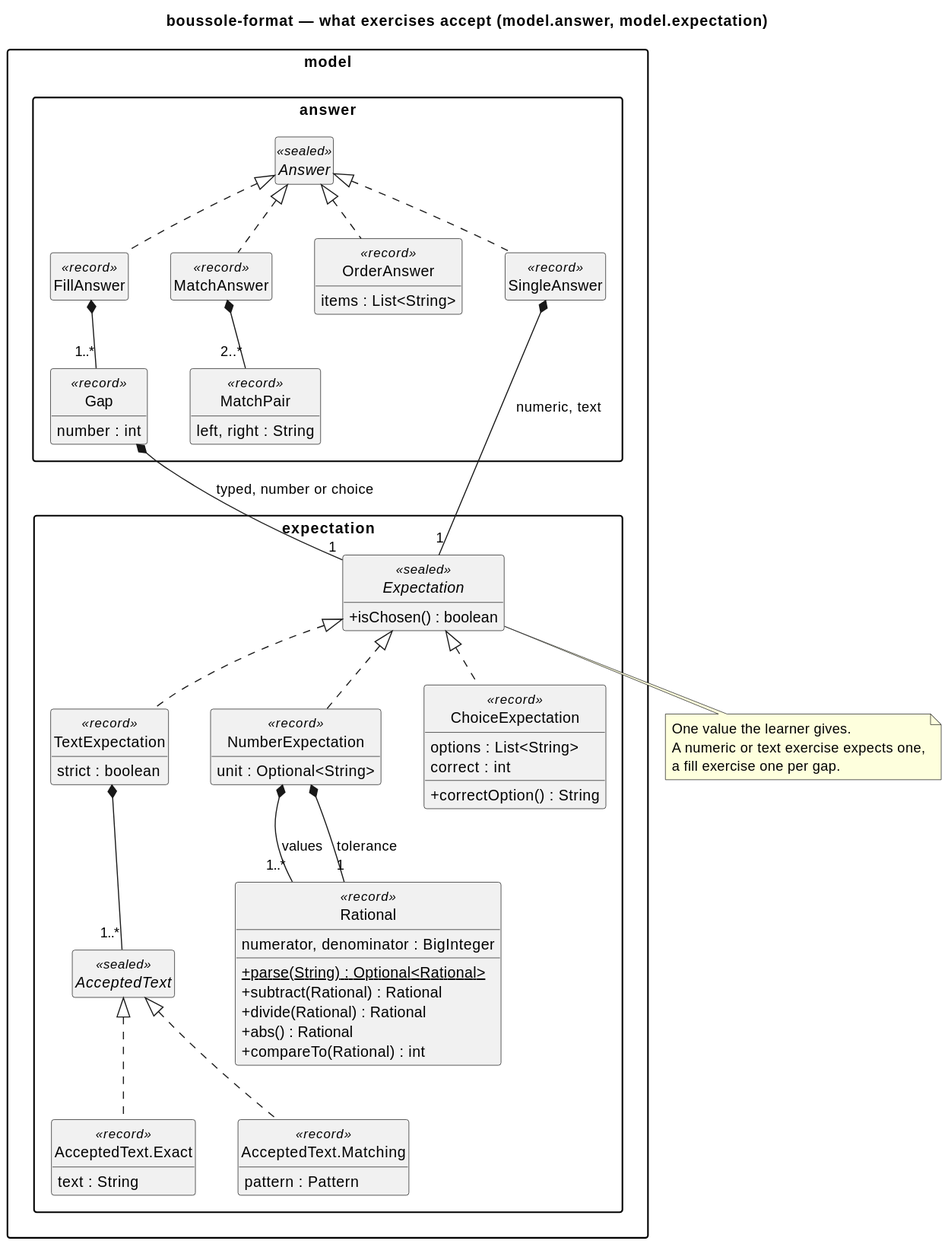
This is docs/diagrams/12-model-answers.svg from lucasssoh/Boussole, a PlantUML export, as it was before one commit.
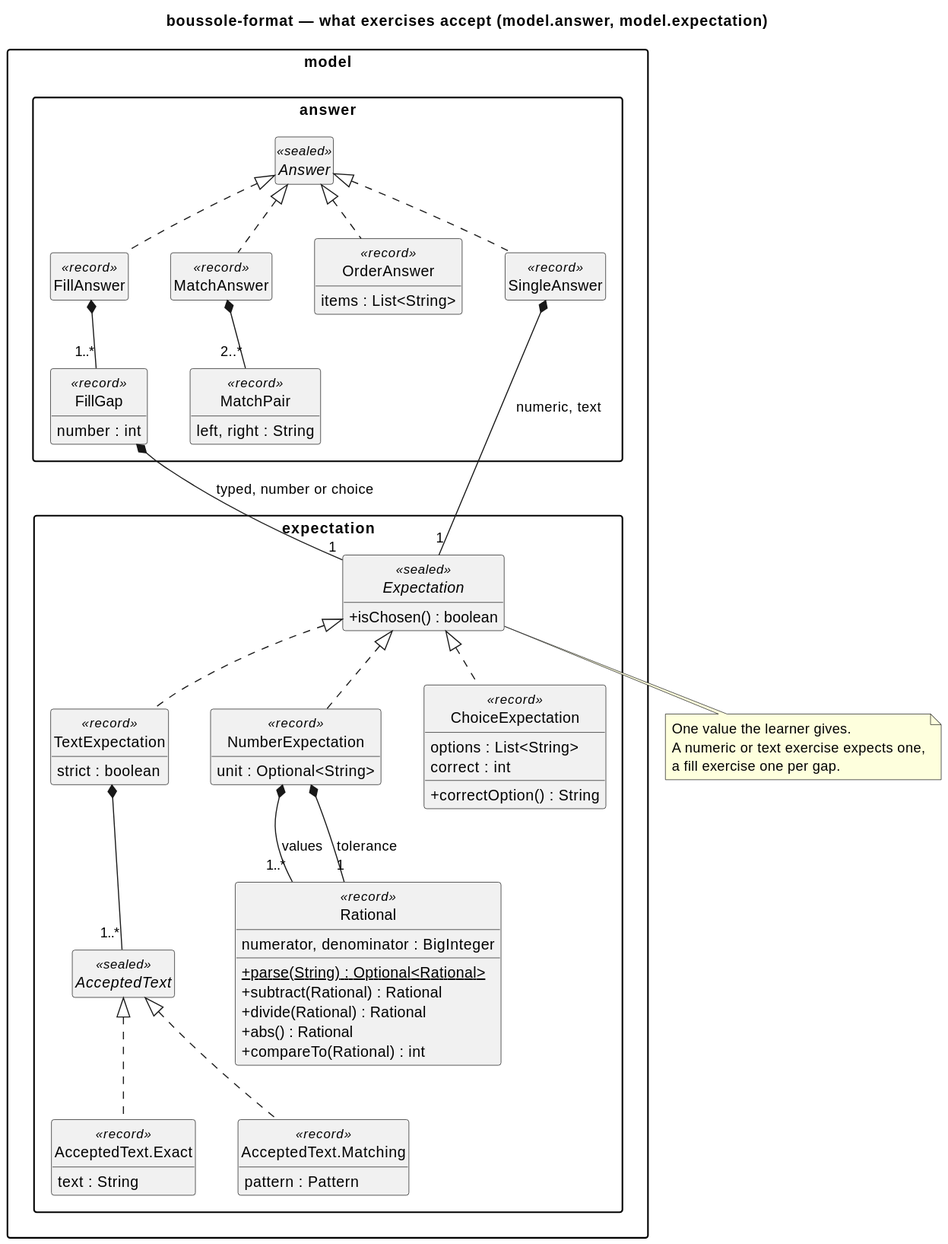
The same diagram one commit later.

Change to the diagram source:
```diff
@@ -11,7 +11,7 @@
   interface Answer <<sealed>>
   class SingleAnswer <<record>>
   class FillAnswer <<record>>
-  class Gap <<record>> {
+  class FillGap <<record>> {
     number : int
   }
   class OrderAnswer <<record>> {
@@ -60,8 +60,8 @@
 Answer <|.. OrderAnswer
 Answer <|.. MatchAnswer
 SingleAnswer *-- "1" Expectation : numeric, text
-FillAnswer *-- "1..*" Gap
-Gap *-- "1" Expectation : typed, number or choice
+FillAnswer *-- "1..*" FillGap
+FillGap *-- "1" Expectation : typed, number or choice
 MatchAnswer *-- "2..*" MatchPair
 
 Expectation <|.. TextExpectation
```
